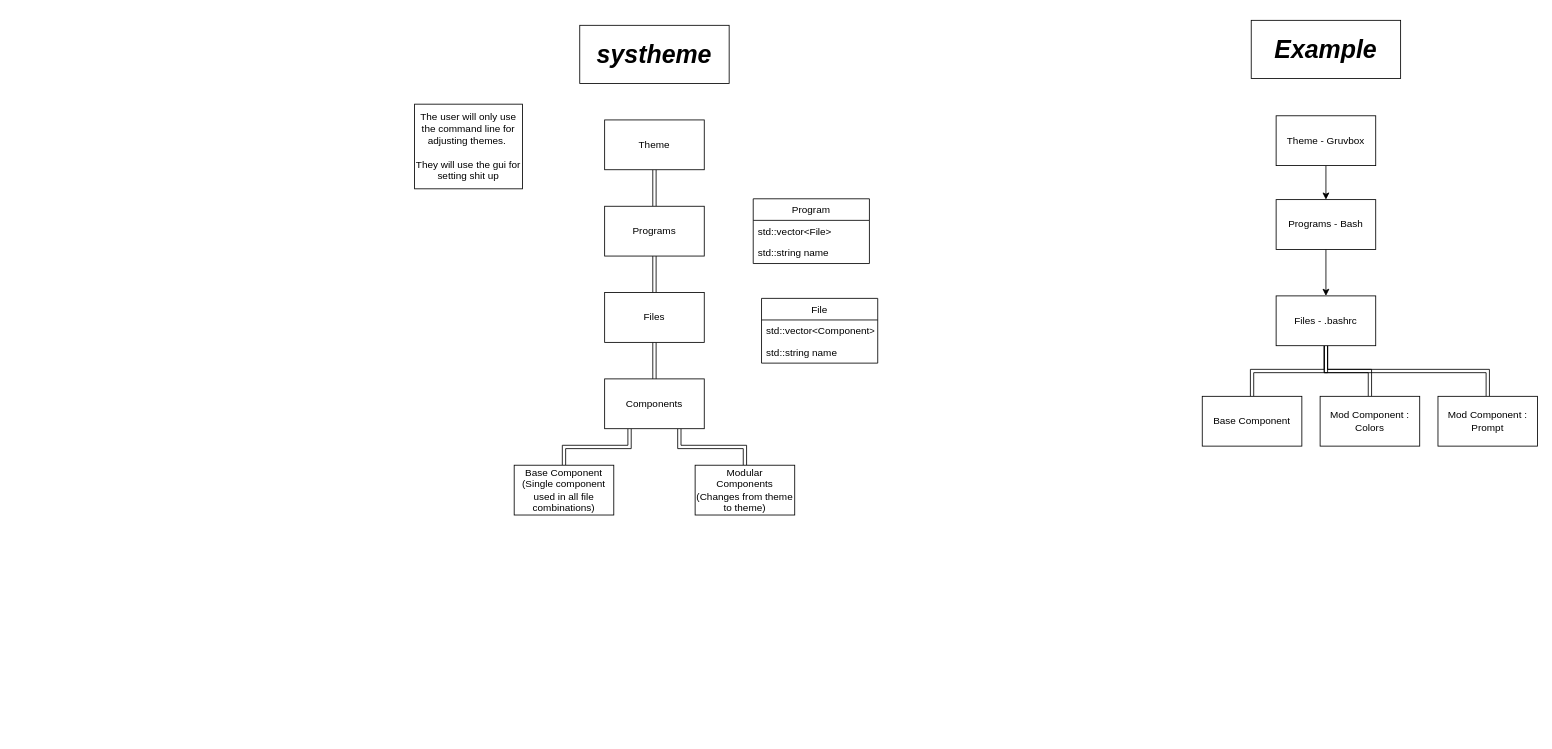
This is systheme.drawio from smigii/systheme, a draw.io file, before an edit. Source tidied: cells renumbered, new cells numbered last; positions are measured from the earlier drawing's top-left corner, leaving out a move shared by most shapes. Both pictures are drawn from the tidied source at 83%, with x=0, y=0 at pixel (414, 20).
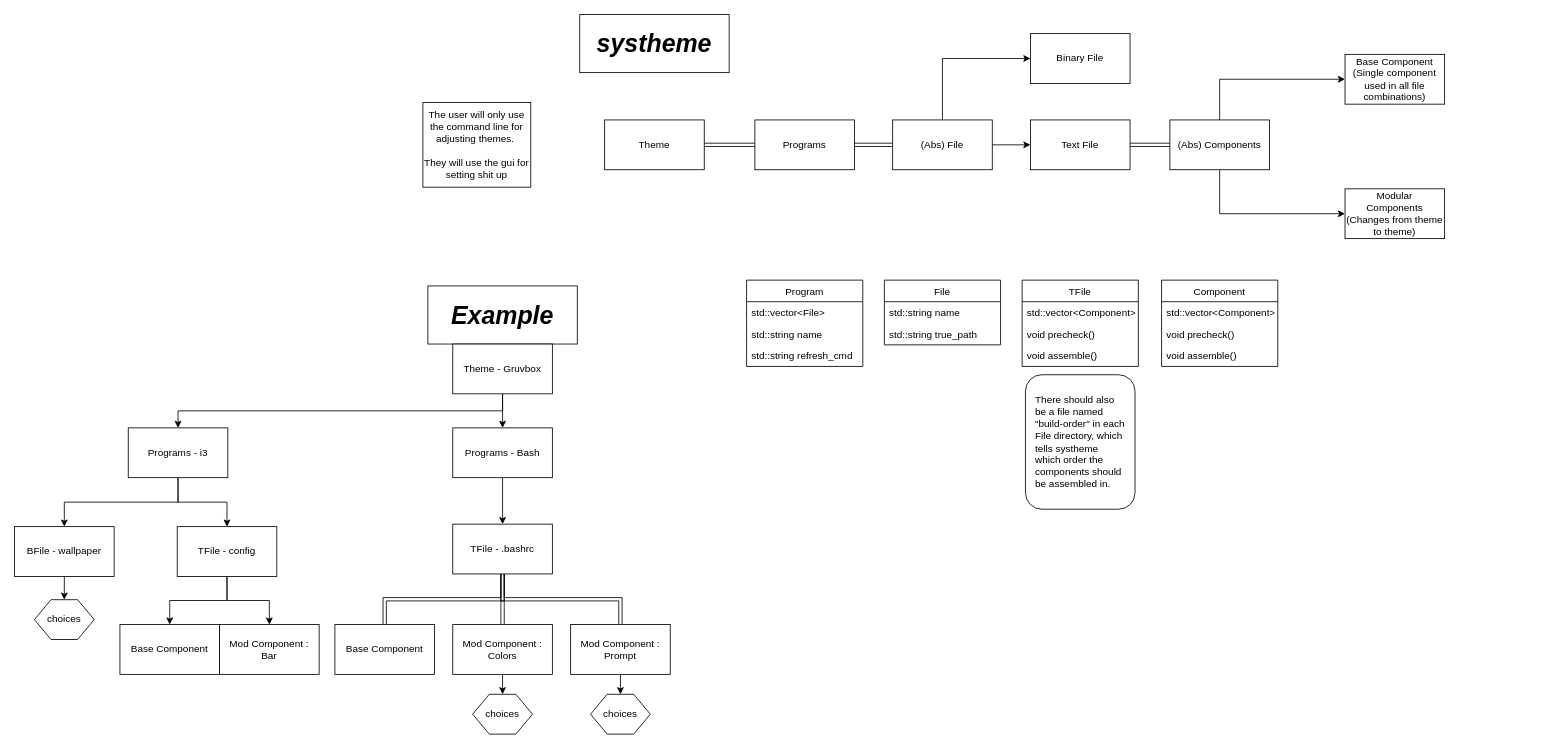
Above is the later version.

The change refers to these unchanged cells:
```xml
<mxCell id="4" value="Theme" style="rounded=0;whiteSpace=wrap;html=1;fontSize=12;" parent="1" vertex="1">
  <mxGeometry x="229" y="120" width="120" height="60" as="geometry" />
</mxCell>
```

Diff of the diagram source:
```diff
@@
     <mxCell id="2" value="systheme" style="rounded=0;whiteSpace=wrap;html=1;fontSize=30;fontStyle=3;" parent="1" vertex="1">
-      <mxGeometry x="199" y="6" width="180" height="70" as="geometry" />
+      <mxGeometry x="199" y="-7" width="180" height="70" as="geometry" />
     </mxCell>
-    <mxCell id="3" style="edgeStyle=orthogonalEdgeStyle;rounded=0;jettySize=auto;html=1;exitX=0.5;exitY=1;exitDx=0;exitDy=0;fontSize=12;shape=link;" parent="1" edge="1" source="4" target="6">
+    <mxCell id="3" style="edgeStyle=orthogonalEdgeStyle;rounded=0;jettySize=auto;html=1;exitX=1;exitY=0.5;exitDx=0;exitDy=0;fontSize=12;shape=link;" parent="1" edge="1" source="4" target="6">
       <mxGeometry relative="1" as="geometry" />
     </mxCell>
@@
-    <mxCell id="5" style="edgeStyle=orthogonalEdgeStyle;rounded=0;jettySize=auto;html=1;exitX=0.5;exitY=1;exitDx=0;exitDy=0;fontSize=12;shape=link;" parent="1" edge="1" source="6" target="8">
-      <mxGeometry relative="1" as="geometry" />
-    </mxCell>
+    <mxCell id="33" style="edgeStyle=orthogonalEdgeStyle;rounded=0;jettySize=auto;html=1;exitX=1;exitY=0.5;exitDx=0;exitDy=0;entryX=0;entryY=0.5;entryDx=0;entryDy=0;shape=link;" parent="1" edge="1" source="6" target="42">
+      <mxGeometry relative="1" as="geometry" />
+    </mxCell>
     <mxCell id="6" value="Programs" style="rounded=0;whiteSpace=wrap;html=1;fontSize=12;" parent="1" vertex="1">
-      <mxGeometry x="229" y="224" width="120" height="60" as="geometry" />
+      <mxGeometry x="410" y="120" width="120" height="60" as="geometry" />
     </mxCell>
-    <mxCell id="7" style="edgeStyle=orthogonalEdgeStyle;rounded=0;jettySize=auto;html=1;exitX=0.5;exitY=1;exitDx=0;exitDy=0;entryX=0.5;entryY=0;entryDx=0;entryDy=0;fontSize=12;shape=link;" parent="1" edge="1" source="8" target="12">
+    <mxCell id="7" style="edgeStyle=orthogonalEdgeStyle;rounded=0;jettySize=auto;html=1;exitX=1;exitY=0.5;exitDx=0;exitDy=0;entryX=0;entryY=0.5;entryDx=0;entryDy=0;fontSize=12;shape=link;" parent="1" edge="1" source="8" target="12">
       <mxGeometry relative="1" as="geometry" />
     </mxCell>
-    <mxCell id="8" value="Files" style="rounded=0;whiteSpace=wrap;html=1;fontSize=12;" parent="1" vertex="1">
-      <mxGeometry x="229" y="328" width="120" height="60" as="geometry" />
+    <mxCell id="8" value="Text File" style="rounded=0;whiteSpace=wrap;html=1;fontSize=12;" parent="1" vertex="1">
+      <mxGeometry x="742" y="120" width="120" height="60" as="geometry" />
     </mxCell>
     <mxCell id="9" value="The user will only use the command line for adjusting themes.&amp;nbsp;&lt;br&gt;&lt;br&gt;They will use the gui for setting shit up" style="rounded=0;whiteSpace=wrap;html=1;fontSize=12;" parent="1" vertex="1">
-      <mxGeometry y="101" width="130" height="102" as="geometry" />
+      <mxGeometry x="10" y="99" width="130" height="102" as="geometry" />
     </mxCell>
-    <mxCell id="10" style="edgeStyle=orthogonalEdgeStyle;rounded=0;jettySize=auto;html=1;exitX=0.75;exitY=1;exitDx=0;exitDy=0;entryX=0.5;entryY=0;entryDx=0;entryDy=0;fontSize=12;shape=link;" parent="1" edge="1" source="12" target="24">
+    <mxCell id="10" style="edgeStyle=orthogonalEdgeStyle;rounded=0;jettySize=auto;html=1;exitX=0.5;exitY=1;exitDx=0;exitDy=0;entryX=0;entryY=0.5;entryDx=0;entryDy=0;fontSize=12;" parent="1" edge="1" source="12" target="24">
       <mxGeometry relative="1" as="geometry" />
     </mxCell>
-    <mxCell id="11" style="edgeStyle=orthogonalEdgeStyle;rounded=0;jettySize=auto;html=1;exitX=0.25;exitY=1;exitDx=0;exitDy=0;entryX=0.5;entryY=0;entryDx=0;entryDy=0;fontSize=12;shape=link;" parent="1" edge="1" source="12" target="23">
+    <mxCell id="11" style="edgeStyle=orthogonalEdgeStyle;rounded=0;jettySize=auto;html=1;exitX=0.5;exitY=0;exitDx=0;exitDy=0;entryX=0;entryY=0.5;entryDx=0;entryDy=0;fontSize=12;" parent="1" edge="1" source="12" target="23">
       <mxGeometry relative="1" as="geometry" />
     </mxCell>
-    <mxCell id="12" value="Components" style="rounded=0;whiteSpace=wrap;html=1;fontSize=12;" parent="1" vertex="1">
-      <mxGeometry x="229" y="432" width="120" height="60" as="geometry" />
+    <mxCell id="12" value="(Abs) Components" style="rounded=0;whiteSpace=wrap;html=1;fontSize=12;" parent="1" vertex="1">
+      <mxGeometry x="910" y="120" width="120" height="60" as="geometry" />
     </mxCell>
     <mxCell id="13" value="Example" style="rounded=0;whiteSpace=wrap;html=1;fontSize=30;fontStyle=3;" parent="1" vertex="1">
-      <mxGeometry x="1008" width="180" height="70" as="geometry" />
+      <mxGeometry x="16" y="320" width="180" height="70" as="geometry" />
     </mxCell>
@@
+    <mxCell id="34" style="edgeStyle=orthogonalEdgeStyle;rounded=0;jettySize=auto;html=1;exitX=0.5;exitY=1;exitDx=0;exitDy=0;entryX=0.5;entryY=0;entryDx=0;entryDy=0;" parent="1" edge="1" source="15" target="46">
+      <mxGeometry relative="1" as="geometry" />
+    </mxCell>
     <mxCell id="15" value="Theme - Gruvbox" style="rounded=0;whiteSpace=wrap;html=1;fontSize=12;" parent="1" vertex="1">
-      <mxGeometry x="1038" y="115" width="120" height="60" as="geometry" />
+      <mxGeometry x="46" y="390" width="120" height="60" as="geometry" />
     </mxCell>
@@
     <mxCell id="17" value="Programs - Bash" style="rounded=0;whiteSpace=wrap;html=1;fontSize=12;" parent="1" vertex="1">
-      <mxGeometry x="1038" y="216" width="120" height="60" as="geometry" />
+      <mxGeometry x="46" y="491" width="120" height="60" as="geometry" />
     </mxCell>
@@
-    <mxCell id="21" value="Files - .bashrc" style="rounded=0;whiteSpace=wrap;html=1;fontSize=12;" parent="1" vertex="1">
-      <mxGeometry x="1038" y="332" width="120" height="60" as="geometry" />
+    <mxCell id="21" value="TFile - .bashrc" style="rounded=0;whiteSpace=wrap;html=1;fontSize=12;" parent="1" vertex="1">
+      <mxGeometry x="46" y="607" width="120" height="60" as="geometry" />
     </mxCell>
     <mxCell id="22" value="Base Component" style="rounded=0;whiteSpace=wrap;html=1;fontSize=12;" parent="1" vertex="1">
-      <mxGeometry x="949" y="453" width="120" height="60" as="geometry" />
+      <mxGeometry x="-96" y="728" width="120" height="60" as="geometry" />
     </mxCell>
     <mxCell id="23" value="Base Component&lt;br&gt;(Single component used in all file combinations)" style="rounded=0;whiteSpace=wrap;html=1;fontSize=12;" parent="1" vertex="1">
-      <mxGeometry x="120" y="536" width="120" height="60" as="geometry" />
+      <mxGeometry x="1121" y="41" width="120" height="60" as="geometry" />
     </mxCell>
     <mxCell id="24" value="Modular&lt;br&gt;Components&lt;br&gt;(Changes from theme to theme)" style="rounded=0;whiteSpace=wrap;html=1;fontSize=12;" parent="1" vertex="1">
-      <mxGeometry x="338" y="536" width="120" height="60" as="geometry" />
+      <mxGeometry x="1121" y="203" width="120" height="60" as="geometry" />
     </mxCell>
+    <mxCell id="35" style="edgeStyle=orthogonalEdgeStyle;rounded=0;jettySize=auto;html=1;exitX=0.5;exitY=1;exitDx=0;exitDy=0;entryX=0.5;entryY=0;entryDx=0;entryDy=0;" parent="1" edge="1" source="25" target="55">
+      <mxGeometry relative="1" as="geometry" />
+    </mxCell>
     <mxCell id="25" value="Mod Component :&lt;br&gt;Colors" style="rounded=0;whiteSpace=wrap;html=1;fontSize=12;" parent="1" vertex="1">
-      <mxGeometry x="1091" y="453" width="120" height="60" as="geometry" />
+      <mxGeometry x="46" y="728" width="120" height="60" as="geometry" />
     </mxCell>
+    <mxCell id="36" style="edgeStyle=orthogonalEdgeStyle;rounded=0;jettySize=auto;html=1;exitX=0.5;exitY=1;exitDx=0;exitDy=0;entryX=0.5;entryY=0;entryDx=0;entryDy=0;" parent="1" edge="1" source="26" target="56">
+      <mxGeometry relative="1" as="geometry" />
+    </mxCell>
     <mxCell id="26" value="Mod Component :&lt;br&gt;Prompt" style="rounded=0;whiteSpace=wrap;html=1;fontSize=12;" parent="1" vertex="1">
-      <mxGeometry x="1233" y="453" width="120" height="60" as="geometry" />
+      <mxGeometry x="188" y="728" width="120" height="60" as="geometry" />
     </mxCell>
     <mxCell id="27" value="Program" style="swimlane;fontStyle=0;horizontal=1;startSize=26;fillColor=none;fontSize=12;" parent="1" vertex="1">
-      <mxGeometry x="408" y="215" width="140" height="78" as="geometry" />
+      <mxGeometry x="400" y="313" width="140" height="104" as="geometry" />
     </mxCell>
@@
+    <mxCell id="37" value="std::string refresh_cmd" style="text;strokeColor=none;fillColor=none;align=left;verticalAlign=top;spacingLeft=4;spacingRight=4;overflow=hidden;" parent="27" vertex="1">
+      <mxGeometry y="78" width="140" height="26" as="geometry" />
+    </mxCell>
-    <mxCell id="30" value="File" style="swimlane;fontStyle=0;horizontal=1;startSize=26;fillColor=none;fontSize=12;" parent="1" vertex="1">
-      <mxGeometry x="418" y="335" width="140" height="78" as="geometry" />
+    <mxCell id="30" value="TFile" style="swimlane;fontStyle=0;horizontal=1;startSize=26;fillColor=none;fontSize=12;" parent="1" vertex="1">
+      <mxGeometry x="732" y="313" width="140" height="104" as="geometry" />
     </mxCell>
@@
+    <mxCell id="38" value="void precheck()" style="text;strokeColor=none;fillColor=none;align=left;verticalAlign=top;spacingLeft=4;spacingRight=4;overflow=hidden;" parent="30" vertex="1">
+      <mxGeometry y="52" width="140" height="26" as="geometry" />
+    </mxCell>
+    <mxCell id="39" value="void assemble()" style="text;strokeColor=none;fillColor=none;align=left;verticalAlign=top;spacingLeft=4;spacingRight=4;overflow=hidden;" parent="30" vertex="1">
+      <mxGeometry y="78" width="140" height="26" as="geometry" />
+    </mxCell>
+    <mxCell id="40" style="edgeStyle=orthogonalEdgeStyle;rounded=0;jettySize=auto;html=1;exitX=1;exitY=0.5;exitDx=0;exitDy=0;entryX=0;entryY=0.5;entryDx=0;entryDy=0;" parent="1" edge="1" source="42" target="8">
+      <mxGeometry relative="1" as="geometry" />
+    </mxCell>
+    <mxCell id="41" style="edgeStyle=orthogonalEdgeStyle;rounded=0;jettySize=auto;html=1;exitX=0.5;exitY=0;exitDx=0;exitDy=0;entryX=0;entryY=0.5;entryDx=0;entryDy=0;" parent="1" edge="1" source="42" target="43">
+      <mxGeometry relative="1" as="geometry" />
+    </mxCell>
+    <mxCell id="42" value="(Abs) File" style="rounded=0;whiteSpace=wrap;html=1;fontSize=12;" parent="1" vertex="1">
+      <mxGeometry x="576" y="120" width="120" height="60" as="geometry" />
+    </mxCell>
+    <mxCell id="43" value="Binary File" style="rounded=0;whiteSpace=wrap;html=1;fontSize=12;" parent="1" vertex="1">
+      <mxGeometry x="742" y="16" width="120" height="60" as="geometry" />
+    </mxCell>
+    <mxCell id="44" style="edgeStyle=orthogonalEdgeStyle;rounded=0;jettySize=auto;html=1;exitX=0.5;exitY=1;exitDx=0;exitDy=0;" parent="1" edge="1" source="46" target="49">
+      <mxGeometry relative="1" as="geometry" />
+    </mxCell>
+    <mxCell id="45" style="edgeStyle=orthogonalEdgeStyle;rounded=0;jettySize=auto;html=1;exitX=0.5;exitY=1;exitDx=0;exitDy=0;entryX=0.5;entryY=0;entryDx=0;entryDy=0;" parent="1" edge="1" source="46" target="51">
+      <mxGeometry relative="1" as="geometry" />
+    </mxCell>
+    <mxCell id="46" value="Programs - i3" style="rounded=0;whiteSpace=wrap;html=1;fontSize=12;" parent="1" vertex="1">
+      <mxGeometry x="-345" y="491" width="120" height="60" as="geometry" />
+    </mxCell>
+    <mxCell id="47" style="edgeStyle=orthogonalEdgeStyle;rounded=0;jettySize=auto;html=1;exitX=0.5;exitY=1;exitDx=0;exitDy=0;entryX=0.5;entryY=0;entryDx=0;entryDy=0;" parent="1" edge="1" source="49" target="53">
+      <mxGeometry relative="1" as="geometry" />
+    </mxCell>
+    <mxCell id="48" style="edgeStyle=orthogonalEdgeStyle;rounded=0;jettySize=auto;html=1;exitX=0.5;exitY=1;exitDx=0;exitDy=0;" parent="1" edge="1" source="49" target="57">
+      <mxGeometry relative="1" as="geometry" />
+    </mxCell>
+    <mxCell id="49" value="TFile - config" style="rounded=0;whiteSpace=wrap;html=1;fontSize=12;" parent="1" vertex="1">
+      <mxGeometry x="-286" y="610" width="120" height="60" as="geometry" />
+    </mxCell>
+    <mxCell id="50" style="edgeStyle=orthogonalEdgeStyle;rounded=0;jettySize=auto;html=1;exitX=0.5;exitY=1;exitDx=0;exitDy=0;entryX=0.5;entryY=0;entryDx=0;entryDy=0;" parent="1" edge="1" source="51" target="54">
+      <mxGeometry relative="1" as="geometry" />
+    </mxCell>
+    <mxCell id="51" value="BFile - wallpaper" style="rounded=0;whiteSpace=wrap;html=1;fontSize=12;" parent="1" vertex="1">
+      <mxGeometry x="-482" y="610" width="120" height="60" as="geometry" />
+    </mxCell>
+    <mxCell id="52" value="There should also be a file named &quot;build-order&quot; in each File directory, which tells systheme which order the components should be assembled in." style="rounded=1;whiteSpace=wrap;html=1;align=left;spacingRight=10;spacingLeft=10;" parent="1" vertex="1">
+      <mxGeometry x="736" y="427" width="132" height="162" as="geometry" />
+    </mxCell>
+    <mxCell id="53" value="Base Component" style="rounded=0;whiteSpace=wrap;html=1;fontSize=12;" parent="1" vertex="1">
+      <mxGeometry x="-355" y="728" width="120" height="60" as="geometry" />
+    </mxCell>
+    <mxCell id="54" value="choices" style="shape=hexagon;perimeter=hexagonPerimeter2;whiteSpace=wrap;html=1;fixedSize=1;align=center;" parent="1" vertex="1">
+      <mxGeometry x="-458" y="698" width="72" height="48" as="geometry" />
+    </mxCell>
+    <mxCell id="55" value="choices" style="shape=hexagon;perimeter=hexagonPerimeter2;whiteSpace=wrap;html=1;fixedSize=1;align=center;" parent="1" vertex="1">
+      <mxGeometry x="70" y="812" width="72" height="48" as="geometry" />
+    </mxCell>
+    <mxCell id="56" value="choices" style="shape=hexagon;perimeter=hexagonPerimeter2;whiteSpace=wrap;html=1;fixedSize=1;align=center;" parent="1" vertex="1">
+      <mxGeometry x="212" y="812" width="72" height="48" as="geometry" />
+    </mxCell>
+    <mxCell id="57" value="Mod Component :&lt;br&gt;Bar" style="rounded=0;whiteSpace=wrap;html=1;fontSize=12;" parent="1" vertex="1">
+      <mxGeometry x="-235" y="728" width="120" height="60" as="geometry" />
+    </mxCell>
+    <mxCell id="58" value="File" style="swimlane;fontStyle=0;horizontal=1;startSize=26;fillColor=none;fontSize=12;" parent="1" vertex="1">
+      <mxGeometry x="566" y="313" width="140" height="78" as="geometry" />
+    </mxCell>
-    <mxCell id="32" value="std::string name" style="text;strokeColor=none;fillColor=none;align=left;verticalAlign=top;spacingLeft=4;spacingRight=4;overflow=hidden;" parent="30" vertex="1">
-      <mxGeometry y="52" width="140" height="26" as="geometry" />
+    <mxCell id="32" value="std::string name" style="text;strokeColor=none;fillColor=none;align=left;verticalAlign=top;spacingLeft=4;spacingRight=4;overflow=hidden;" parent="58" vertex="1">
+      <mxGeometry y="26" width="140" height="26" as="geometry" />
     </mxCell>
+    <mxCell id="59" value="std::string true_path" style="text;strokeColor=none;fillColor=none;align=left;verticalAlign=top;spacingLeft=4;spacingRight=4;overflow=hidden;" parent="58" vertex="1">
+      <mxGeometry y="52" width="140" height="26" as="geometry" />
+    </mxCell>
+    <mxCell id="60" value="Component" style="swimlane;fontStyle=0;horizontal=1;startSize=26;fillColor=none;fontSize=12;" parent="1" vertex="1">
+      <mxGeometry x="900" y="313" width="140" height="104" as="geometry" />
+    </mxCell>
+    <mxCell id="61" value="std::vector&lt;Component&gt;" style="text;strokeColor=none;fillColor=none;align=left;verticalAlign=top;spacingLeft=4;spacingRight=4;overflow=hidden;" parent="60" vertex="1">
+      <mxGeometry y="26" width="140" height="26" as="geometry" />
+    </mxCell>
+    <mxCell id="62" value="void precheck()" style="text;strokeColor=none;fillColor=none;align=left;verticalAlign=top;spacingLeft=4;spacingRight=4;overflow=hidden;" parent="60" vertex="1">
+      <mxGeometry y="52" width="140" height="26" as="geometry" />
+    </mxCell>
+    <mxCell id="63" value="void assemble()" style="text;strokeColor=none;fillColor=none;align=left;verticalAlign=top;spacingLeft=4;spacingRight=4;overflow=hidden;" parent="60" vertex="1">
+      <mxGeometry y="78" width="140" height="26" as="geometry" />
+    </mxCell>
```
